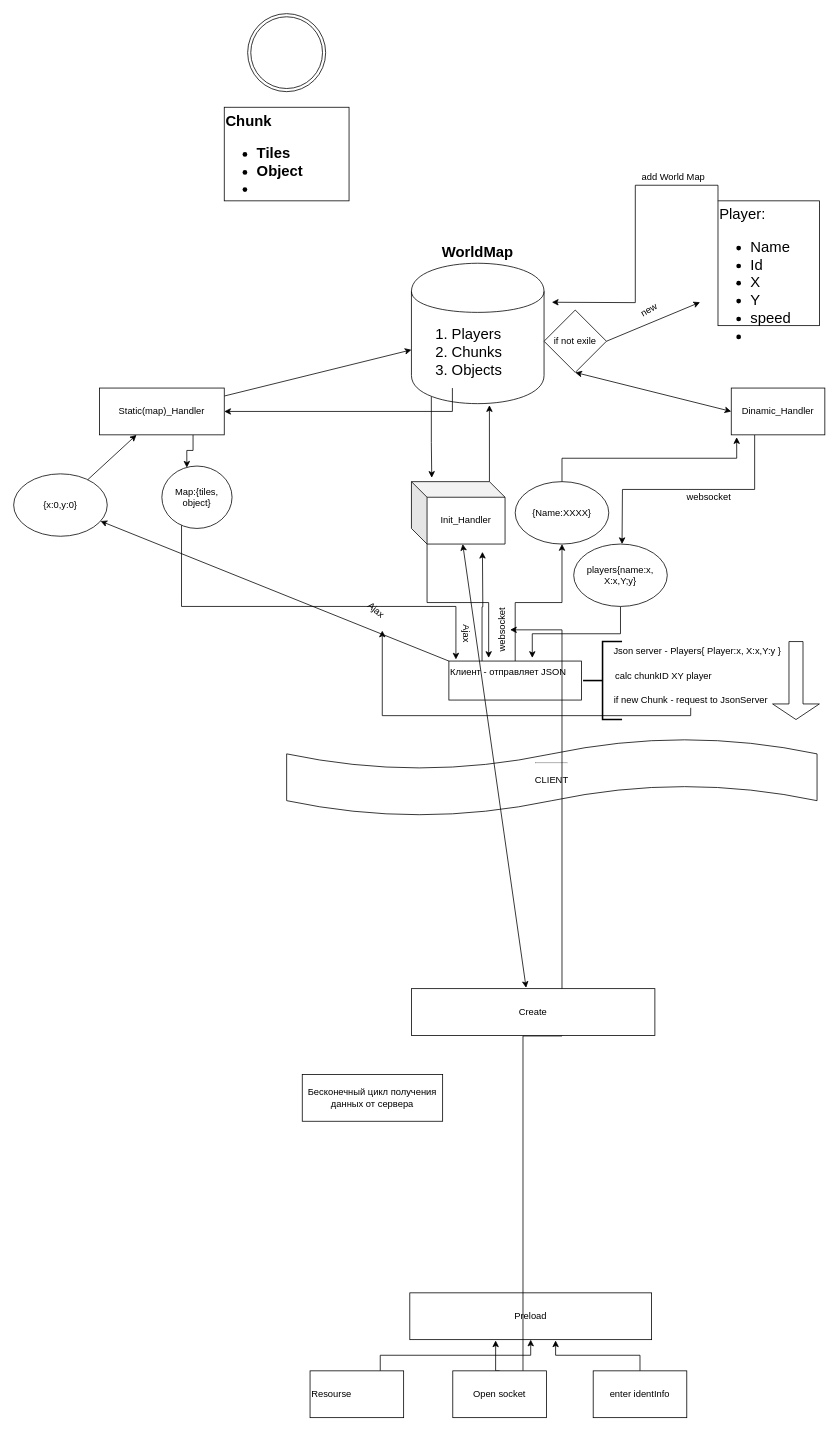
Earlier version of the draw.io diagram Untitled Diagram.drawio (Lolodin/MMORPG). Source tidied: cells renumbered, new cells numbered last; positions are measured from the earlier drawing's top-left corner, leaving out a move shared by most shapes. Both pictures are drawn from the tidied source at 78%, with x=0, y=0 at pixel (13, 13).
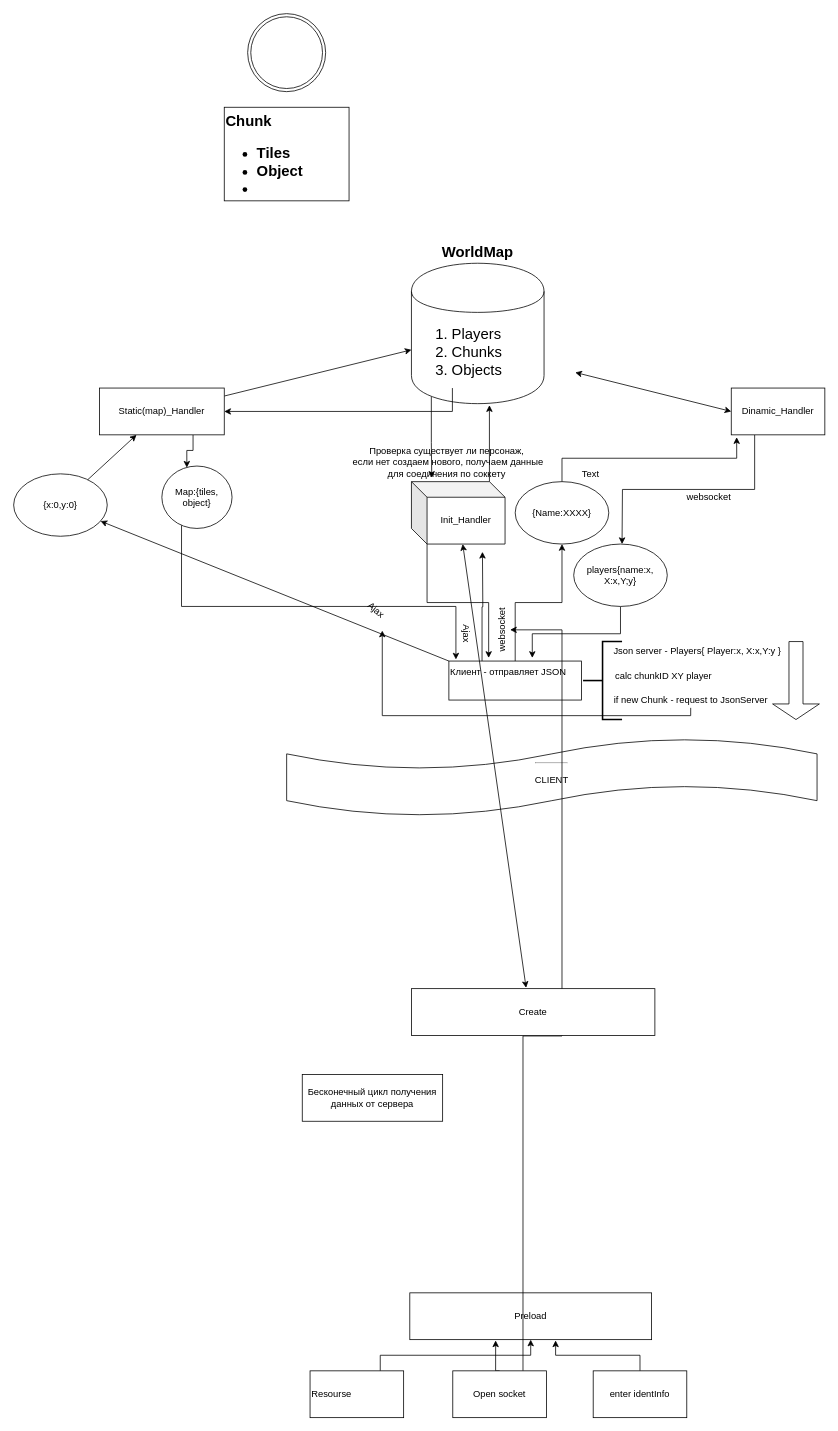
The same diagram, later.

The change refers to these unchanged cells:
```xml
<mxCell id="6" value="Dinamic_Handler" style="rounded=0;whiteSpace=wrap;html=1;" parent="1" vertex="1">
  <mxGeometry x="920" y="480" width="120" height="60" as="geometry" />
</mxCell>
```

Diff of the diagram source:
```diff
@@
-    <mxCell id="13" style="edgeStyle=orthogonalEdgeStyle;rounded=0;jettySize=auto;html=1;exitX=0;exitY=0;exitDx=0;exitDy=0;" parent="1" edge="1" source="14">
-      <mxGeometry relative="1" as="geometry">
-        <mxPoint x="690" y="370" as="targetPoint" />
-      </mxGeometry>
-    </mxCell>
-    <mxCell id="14" value="Player:&lt;br&gt;&lt;ul&gt;&lt;li&gt;Name&lt;/li&gt;&lt;li&gt;Id&lt;/li&gt;&lt;li&gt;X&lt;/li&gt;&lt;li&gt;Y&lt;/li&gt;&lt;li&gt;speed&lt;/li&gt;&lt;li&gt;&lt;br&gt;&lt;/li&gt;&lt;/ul&gt;" style="rounded=0;whiteSpace=wrap;html=1;fontSize=19;align=left;verticalAlign=top;" parent="1" vertex="1">
-      <mxGeometry x="903" y="240" width="130" height="160" as="geometry" />
-    </mxCell>
@@
-    <mxCell id="22" style="endArrow=classic;startArrow=classic;html=1;entryX=0.5;entryY=1;entryDx=0;entryDy=0;exitX=0;exitY=0.5;exitDx=0;exitDy=0;" parent="1" edge="1" source="6" target="35">
-      <mxGeometry relative="1" as="geometry" />
+    <mxCell id="22" style="endArrow=classic;startArrow=classic;html=1;entryX=0.5;entryY=1;entryDx=0;entryDy=0;exitX=0;exitY=0.5;exitDx=0;exitDy=0;" parent="1" edge="1" source="6">
+      <mxGeometry relative="1" as="geometry">
+        <mxPoint x="720" y="460" as="targetPoint" />
+      </mxGeometry>
     </mxCell>
-    <mxCell id="23" style="edgeStyle=orthogonalEdgeStyle;rounded=0;orthogonalLoop=1;jettySize=auto;html=1;exitX=0.5;exitY=1;exitDx=0;exitDy=0;" parent="1" edge="1" source="14" target="14">
-      <mxGeometry relative="1" as="geometry" />
+    <mxCell id="23" style="edgeStyle=orthogonalEdgeStyle;rounded=0;orthogonalLoop=1;jettySize=auto;html=1;exitX=0.5;exitY=1;exitDx=0;exitDy=0;" parent="1" edge="1">
+      <mxGeometry relative="1" as="geometry">
+        <mxPoint x="967.9" y="400" as="sourcePoint" />
+        <mxPoint x="967.9" y="400" as="targetPoint" />
+      </mxGeometry>
     </mxCell>
-    <mxCell id="24" style="edgeStyle=orthogonalEdgeStyle;rounded=0;orthogonalLoop=1;jettySize=auto;html=1;exitX=0.5;exitY=1;exitDx=0;exitDy=0;" parent="1" edge="1" source="14" target="14">
-      <mxGeometry relative="1" as="geometry" />
+    <mxCell id="24" style="edgeStyle=orthogonalEdgeStyle;rounded=0;orthogonalLoop=1;jettySize=auto;html=1;exitX=0.5;exitY=1;exitDx=0;exitDy=0;" parent="1" edge="1">
+      <mxGeometry relative="1" as="geometry">
+        <mxPoint x="967.9" y="400" as="sourcePoint" />
+        <mxPoint x="967.9" y="400" as="targetPoint" />
+      </mxGeometry>
     </mxCell>
@@
-    <mxCell id="35" value="if not exile" style="rhombus;whiteSpace=wrap;html=1;" parent="1" vertex="1">
-      <mxGeometry x="680" y="380" width="80" height="80" as="geometry" />
-    </mxCell>
-    <mxCell id="36" style="endArrow=classic;html=1;exitX=1;exitY=0.5;exitDx=0;exitDy=0;" parent="1" edge="1" source="35">
-      <mxGeometry relative="1" as="geometry">
-        <mxPoint x="880" y="370" as="targetPoint" />
-      </mxGeometry>
-    </mxCell>
-    <mxCell id="37" value="new" style="text;html=1;strokeColor=none;fillColor=none;align=center;verticalAlign=middle;whiteSpace=wrap;rounded=0;rotation=-30;" parent="1" vertex="1">
-      <mxGeometry x="790" y="370" width="50" height="20" as="geometry" />
-    </mxCell>
-    <mxCell id="38" value="add World Map" style="text;html=1;strokeColor=none;fillColor=none;align=center;verticalAlign=middle;whiteSpace=wrap;rounded=0;" parent="1" vertex="1">
-      <mxGeometry x="780" y="200" width="132" height="20" as="geometry" />
-    </mxCell>
@@
+    <mxCell id="60" value="Проверка существует ли персонаж,&lt;br&gt;&amp;nbsp;если нет создаем нового, получаем данные&lt;br&gt;для соединения по соккету&lt;br&gt;" style="text;html=1;align=center;verticalAlign=middle;" parent="1" vertex="1">
+      <mxGeometry x="425" y="550" width="260" height="50" as="geometry" />
+    </mxCell>
+    <mxCell id="61" value="Text" style="text;html=1;strokeColor=none;fillColor=none;align=center;verticalAlign=middle;whiteSpace=wrap;rounded=0;" parent="1" vertex="1">
+      <mxGeometry x="720" y="580" width="40" height="20" as="geometry" />
+    </mxCell>
```
